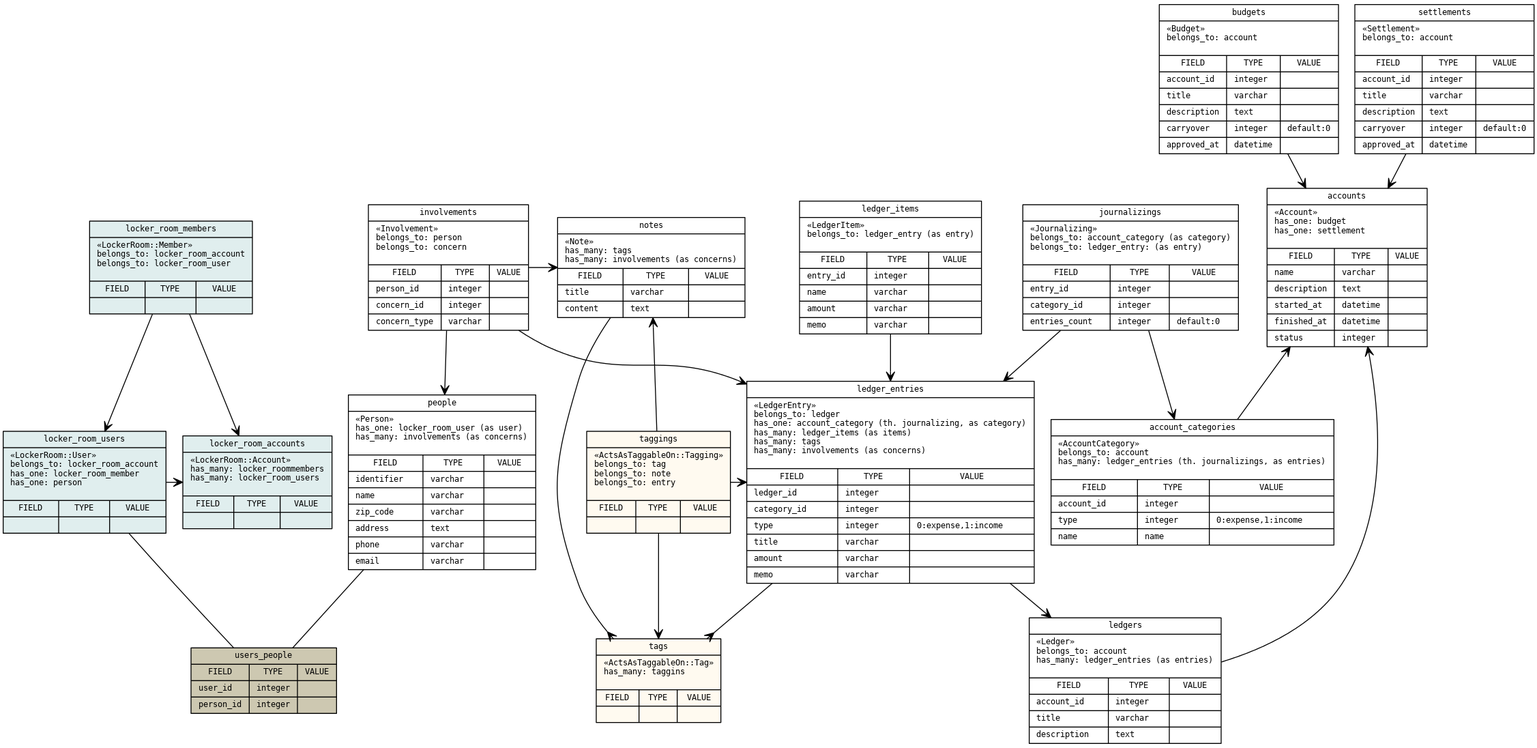
Earlier version of the Graphviz export doc/er.png (grauwoelfchen/clerkdesk). Its source is kept beside it as doc/er.dot.
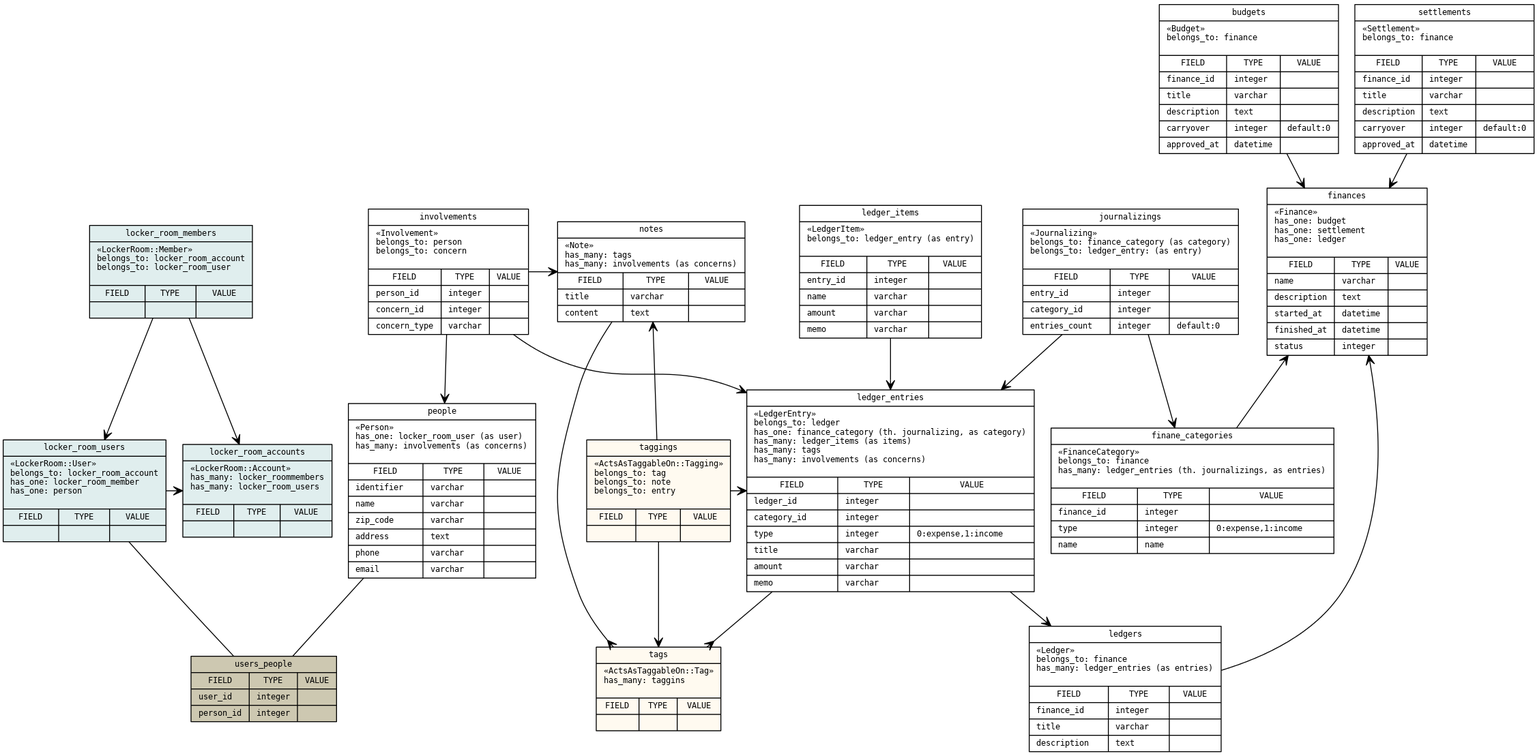
The same file after the commit.

What changed in the source:
```diff
@@ -81,49 +81,48 @@
     }}"
   ]
 
-  Account [
-    label = "{accounts|«Account»\lhas_one: budget\lhas_one: settlement\l\n|{ \
+  Finance [
+    label = "{finances|«Finance»\lhas_one: budget\lhas_one: settlement\lhas_one: ledger\l\n|{ \
       {FIELD|name\l|description\l|started_at\l|finished_at\l|status\l}| \
       {TYPE|varchar\l|text\l|datetime\l|datetime\l|integer\l}| \
       {VALUE|\l|\l|\l|\l|\l} \
     }}"
   ]
 
-
-  AccountCategory [
-    label = "{account_categories|«AccountCategory»\lbelongs_to: account\lhas_many: ledger_entries (th. journalizings, as entries)\l\n|{ \
-      {FIELD|account_id\l|type\l|name\l}| \
+  FinanceCategory [
+    label = "{finane_categories|«FinanceCategory»\lbelongs_to: finance\lhas_many: ledger_entries (th. journalizings, as entries)\l\n|{ \
+      {FIELD|finance_id\l|type\l|name\l}| \
       {TYPE|integer\l|integer\l|name\l}| \
       {VALUE|\l|0:expense,1:income\l|\l} \
     }}"
   ]
 
   Budget [
-    label = "{budgets|«Budget»\lbelongs_to: account\l\n|{ \
-      {FIELD|account_id\l|title\l|description\l|carryover\l|approved_at\l}| \
+    label = "{budgets|«Budget»\lbelongs_to: finance\l\n|{ \
+      {FIELD|finance_id\l|title\l|description\l|carryover\l|approved_at\l}| \
       {TYPE|integer\l|varchar\l|text\l|integer\l|datetime}| \
       {VALUE|\l|\l|\l|default:0\l|\l} \
     }}"
   ]
 
   Settlement [
-    label = "{settlements|«Settlement»\lbelongs_to: account\l\n|{ \
-      {FIELD|account_id\l|title\l|description\l|carryover\l|approved_at\l}| \
+    label = "{settlements|«Settlement»\lbelongs_to: finance\l\n|{ \
+      {FIELD|finance_id\l|title\l|description\l|carryover\l|approved_at\l}| \
       {TYPE|integer\l|varchar\l|text\l|integer\l|datetime}| \
       {VALUE|\l|\l|\l|default:0\l|\l} \
     }}"
   ]
 
   Ledger [
-    label = "{ledgers|«Ledger»\lbelongs_to: account\lhas_many: ledger_entries (as entries)\l\n|{ \
-      {FIELD|account_id\l|title\l|description\l}| \
+    label = "{ledgers|«Ledger»\lbelongs_to: finance\lhas_many: ledger_entries (as entries)\l\n|{ \
+      {FIELD|finance_id\l|title\l|description\l}| \
       {TYPE|integer\l|varchar\l|text\l}| \
       {VALUE|\l|\l|\l} \
     }}"
   ]
 
   Journalizing [
-    label = "{journalizings|«Journalizing»\lbelongs_to: account_category (as category)\lbelongs_to: ledger_entry: (as entry)\l\n|{ \
+    label = "{journalizings|«Journalizing»\lbelongs_to: finance_category (as category)\lbelongs_to: ledger_entry: (as entry)\l\n|{ \
       {FIELD|entry_id\l|category_id\l|entries_count\l}| \
       {TYPE|integer\l|integer\l|integer\l}| \
       {VALUE|\l|\l|default:0\l} \
@@ -131,7 +130,7 @@
   ]
 
   LedgerEntry [
-    label = "{ledger_entries|«LedgerEntry»\lbelongs_to: ledger\lhas_one: account_category (th. journalizing, as category)\lhas_many: ledger_items (as items)\lhas_many: tags\lhas_many: involvements (as concerns)\l\n|{ \
+    label = "{ledger_entries|«LedgerEntry»\lbelongs_to: ledger\lhas_one: finance_category (th. journalizing, as category)\lhas_many: ledger_items (as items)\lhas_many: tags\lhas_many: involvements (as concerns)\l\n|{ \
       {FIELD|ledger_id\l|category_id\l|type\l|title\l|amount\l|memo\l}| \
       {TYPE|integer\l|integer\l|integer\l|varchar\l|varchar\l|varchar\l}| \
       {VALUE|\l|\l|0:expense,1:income\l|\l|\l|\l} \
@@ -212,15 +211,15 @@
   Tagging -> Note
   Tagging -> LedgerEntry
 
-  Budget     -> Account
-  Settlement -> Account
-  AccountCategory -> Account
+  Budget     -> Finance
+  Settlement -> Finance
+  FinanceCategory -> Finance
 
-  Ledger      -> Account
+  Ledger      -> Finance
   LedgerEntry -> Ledger
   LedgerItem  -> LedgerEntry
 
-  Journalizing -> AccountCategory
+  Journalizing -> FinanceCategory
   Journalizing -> LedgerEntry
 
   Involvement -> Person
@@ -262,9 +261,9 @@
 
   {rank = same; LockerRoomMember;};
   {rank = same; LockerRoomAccount; LockerRoomUser; Person};
-  {rank = same; Note; Involvement; Account;};
+  {rank = same; Note; Involvement; Finance;};
   {rank = same; Budget; Settlement;};
   {rank = same; Involvement;};
-  {rank = same; Tagging; LedgerEntry;AccountCategory;};
+  {rank = same; Tagging; LedgerEntry;FinanceCategory;};
   {rank = same; Tag; Ledger;};
 }
```
